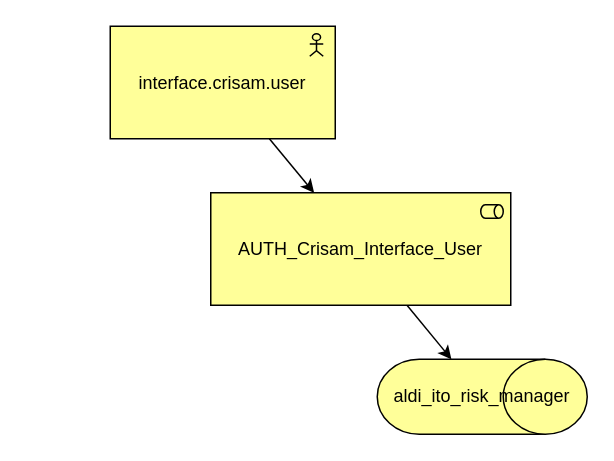
Above: page "InterfaceUser" (16 of 25) of AldiCrisam.drawio in algimas/tmp (draw.io), before the change. Source tidied: cells renumbered, new cells numbered last; positions are measured from the earlier drawing's top-left corner, leaving out a move shared by most shapes. Both pictures are drawn from the tidied source at 150%, with x=0, y=0 at pixel (110, 26).
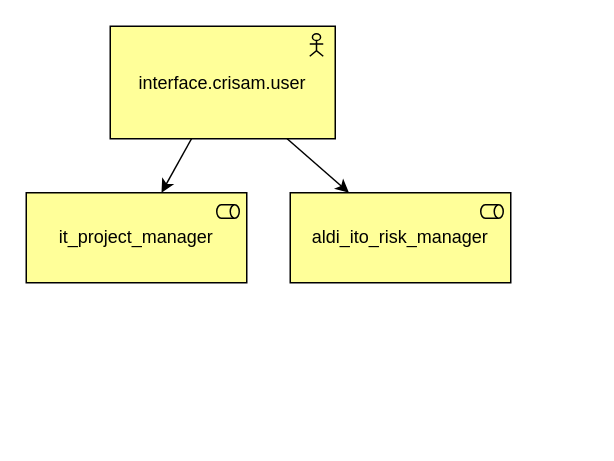
After the change.

What changed in the source:
```diff
@@
 <mxGraphModel>
   <root>
     <mxCell id="0" />
     <mxCell id="1" parent="0" />
     <mxCell id="2" style="edgeStyle=none;rounded=0;jettySize=auto;html=1;" parent="1" edge="1" source="3" target="5">
       <mxGeometry relative="1" as="geometry" />
     </mxCell>
     <mxCell id="3" value="interface.crisam.user" style="html=1;outlineConnect=0;whiteSpace=wrap;fillColor=#ffff99;shape=mxgraph.archimate3.application;appType=actor;archiType=square;" parent="1" vertex="1">
       <mxGeometry width="150" height="75" as="geometry" />
     </mxCell>
-    <mxCell id="4" style="edgeStyle=none;rounded=0;jettySize=auto;html=1;" parent="1" edge="1" source="5" target="6">
-      <mxGeometry relative="1" as="geometry" />
-    </mxCell>
-    <mxCell id="5" value="AUTH_Crisam_Interface_User" style="html=1;outlineConnect=0;whiteSpace=wrap;fillColor=#ffff99;shape=mxgraph.archimate3.application;appType=role;archiType=square;" parent="1" vertex="1">
-      <mxGeometry x="67" y="111" width="200" height="75" as="geometry" />
+    <mxCell id="5" value="aldi_ito_risk_manager" style="html=1;outlineConnect=0;whiteSpace=wrap;fillColor=#ffff99;shape=mxgraph.archimate3.application;appType=role;archiType=square;" parent="1" vertex="1">
+      <mxGeometry x="120" y="111" width="147" height="60" as="geometry" />
     </mxCell>
-    <mxCell id="6" value="aldi_ito_risk_manager" style="html=1;outlineConnect=0;whiteSpace=wrap;fillColor=#ffff99;shape=mxgraph.archimate3.role;" parent="1" vertex="1">
-      <mxGeometry x="178" y="222" width="140" height="50" as="geometry" />
-    </mxCell>
+    <mxCell id="7" value="it_project_manager" style="html=1;outlineConnect=0;whiteSpace=wrap;fillColor=#ffff99;shape=mxgraph.archimate3.application;appType=role;archiType=square;" parent="1" vertex="1">
+      <mxGeometry x="-56" y="111" width="147" height="60" as="geometry" />
+    </mxCell>
+    <mxCell id="8" style="edgeStyle=none;rounded=0;jettySize=auto;html=1;" parent="1" edge="1" source="3" target="7">
+      <mxGeometry relative="1" as="geometry" />
+    </mxCell>
   </root>
 </mxGraphModel>
```
